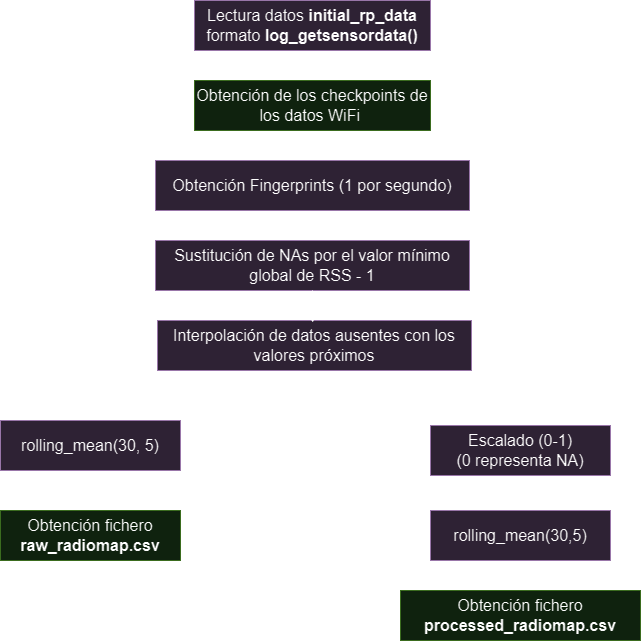
This is info/preprocessing_workflow.png from JavierGavina/TFM2, a draw.io export, as it was before one commit. Source tidied: cells renumbered, new cells last; positions are measured from the earlier drawing's top-left corner, leaving out a move shared by most shapes.
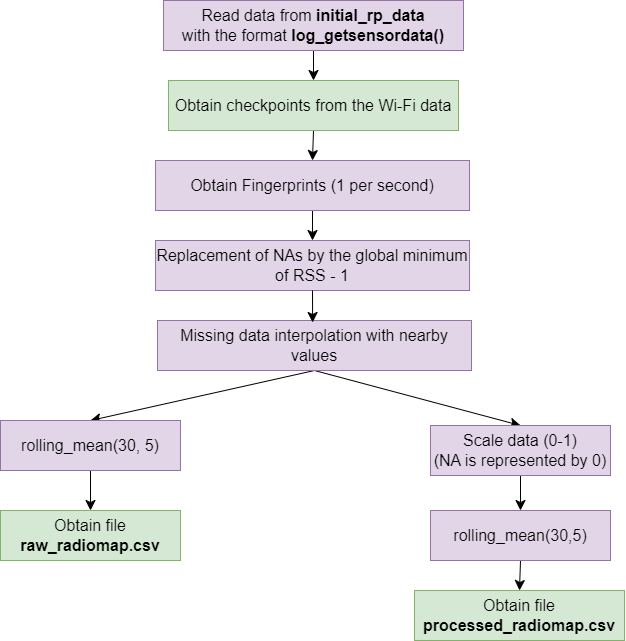
After the change.

Commit message:
IN ENGLISH PLEASE

The edit, as a diff of the source:
```diff
@@ -5,22 +5,22 @@
     <mxCell id="2" style="edgeStyle=none;curved=1;rounded=0;jettySize=auto;html=1;exitX=0.5;exitY=1;exitDx=0;exitDy=0;entryX=0.5;entryY=0;entryDx=0;entryDy=0;fontSize=12;startSize=8;endSize=8;" parent="1" edge="1" source="3" target="5">
       <mxGeometry relative="1" as="geometry" />
     </mxCell>
-    <mxCell id="3" value="Lectura datos &lt;b&gt;initial_rp_data&lt;/b&gt;&lt;br&gt;formato &lt;b&gt;log_getsensordata()&lt;/b&gt;" style="rounded=0;whiteSpace=wrap;html=1;fontSize=16;fillColor=#e1d5e7;strokeColor=#9673a6;" parent="1" vertex="1">
-      <mxGeometry x="194" width="236" height="50" as="geometry" />
+    <mxCell id="3" value="Read data from&amp;nbsp;&lt;b&gt;initial_rp_data&lt;/b&gt;&lt;br&gt;with the format&amp;nbsp;&lt;b&gt;log_getsensordata()&lt;/b&gt;" style="rounded=0;whiteSpace=wrap;html=1;fontSize=16;fillColor=#e1d5e7;strokeColor=#9673a6;" parent="1" vertex="1">
+      <mxGeometry x="163" width="300" height="50" as="geometry" />
     </mxCell>
     <mxCell id="4" style="edgeStyle=none;curved=1;rounded=0;jettySize=auto;html=1;exitX=0.5;exitY=1;exitDx=0;exitDy=0;entryX=0.5;entryY=0;entryDx=0;entryDy=0;fontSize=12;startSize=8;endSize=8;" parent="1" edge="1" source="5" target="7">
       <mxGeometry relative="1" as="geometry" />
     </mxCell>
-    <mxCell id="5" value="Obtención de los checkpoints de los datos WiFi&amp;nbsp;" style="rounded=0;whiteSpace=wrap;html=1;fontSize=16;fillColor=#d5e8d4;strokeColor=#82b366;" parent="1" vertex="1">
-      <mxGeometry x="194" y="80" width="236" height="50" as="geometry" />
+    <mxCell id="5" value="Obtain checkpoints from the Wi-Fi data" style="rounded=0;whiteSpace=wrap;html=1;fontSize=16;fillColor=#d5e8d4;strokeColor=#82b366;" parent="1" vertex="1">
+      <mxGeometry x="168" y="80" width="290" height="50" as="geometry" />
     </mxCell>
     <mxCell id="6" style="edgeStyle=none;curved=1;rounded=0;jettySize=auto;html=1;exitX=0.5;exitY=1;exitDx=0;exitDy=0;entryX=0.5;entryY=0;entryDx=0;entryDy=0;fontSize=12;startSize=8;endSize=8;" parent="1" edge="1" source="7" target="8">
       <mxGeometry relative="1" as="geometry" />
     </mxCell>
-    <mxCell id="7" value="Obtención Fingerprints (1 por segundo)" style="rounded=0;whiteSpace=wrap;html=1;fontSize=16;fillColor=#e1d5e7;strokeColor=#9673a6;" parent="1" vertex="1">
+    <mxCell id="7" value="Obtain Fingerprints (1 per second)" style="rounded=0;whiteSpace=wrap;html=1;fontSize=16;fillColor=#e1d5e7;strokeColor=#9673a6;" parent="1" vertex="1">
       <mxGeometry x="155" y="160" width="314" height="50" as="geometry" />
     </mxCell>
-    <mxCell id="8" value="Sustitución de NAs por el valor mínimo global de RSS - 1" style="rounded=0;whiteSpace=wrap;html=1;fontSize=16;fillColor=#e1d5e7;strokeColor=#9673a6;" parent="1" vertex="1">
+    <mxCell id="8" value="Replacement of NAs by the global minimum of RSS - 1" style="rounded=0;whiteSpace=wrap;html=1;fontSize=16;fillColor=#e1d5e7;strokeColor=#9673a6;" parent="1" vertex="1">
       <mxGeometry x="155" y="240" width="314" height="50" as="geometry" />
     </mxCell>
     <mxCell id="9" style="edgeStyle=none;curved=1;rounded=0;jettySize=auto;html=1;exitX=0.5;exitY=1;exitDx=0;exitDy=0;entryX=0.5;entryY=0;entryDx=0;entryDy=0;fontSize=12;startSize=8;endSize=8;" parent="1" edge="1" source="11" target="13">
@@ -29,7 +29,7 @@
     <mxCell id="10" style="edgeStyle=none;curved=1;rounded=0;jettySize=auto;html=1;exitX=0.5;exitY=1;exitDx=0;exitDy=0;entryX=0.5;entryY=0;entryDx=0;entryDy=0;fontSize=12;startSize=8;endSize=8;" parent="1" edge="1" source="11" target="15">
       <mxGeometry relative="1" as="geometry" />
     </mxCell>
-    <mxCell id="11" value="Interpolación de datos ausentes con los valores próximos" style="rounded=0;whiteSpace=wrap;html=1;fontSize=16;fillColor=#e1d5e7;strokeColor=#9673a6;" parent="1" vertex="1">
+    <mxCell id="11" value="Missing data interpolation with nearby values" style="rounded=0;whiteSpace=wrap;html=1;fontSize=16;fillColor=#e1d5e7;strokeColor=#9673a6;" parent="1" vertex="1">
       <mxGeometry x="157" y="320" width="314" height="50" as="geometry" />
     </mxCell>
     <mxCell id="12" style="edgeStyle=none;curved=1;rounded=0;jettySize=auto;html=1;exitX=0.5;exitY=1;exitDx=0;exitDy=0;entryX=0.5;entryY=0;entryDx=0;entryDy=0;fontSize=12;startSize=8;endSize=8;" parent="1" edge="1" source="13" target="16">
@@ -41,14 +41,14 @@
     <mxCell id="14" style="edgeStyle=none;curved=1;rounded=0;jettySize=auto;html=1;exitX=0.5;exitY=1;exitDx=0;exitDy=0;entryX=0.5;entryY=0;entryDx=0;entryDy=0;fontSize=12;startSize=8;endSize=8;" parent="1" edge="1" source="15" target="19">
       <mxGeometry relative="1" as="geometry" />
     </mxCell>
-    <mxCell id="15" value="Escalado (0-1)&lt;br&gt;(0 representa NA)" style="rounded=0;whiteSpace=wrap;html=1;fontSize=16;fillColor=#e1d5e7;strokeColor=#9673a6;" parent="1" vertex="1">
+    <mxCell id="15" value="Scale data (0-1)&lt;br&gt;(NA is represented by 0)" style="rounded=0;whiteSpace=wrap;html=1;fontSize=16;fillColor=#e1d5e7;strokeColor=#9673a6;" parent="1" vertex="1">
       <mxGeometry x="430" y="425" width="180" height="50" as="geometry" />
     </mxCell>
-    <mxCell id="16" value="Obtención fichero&lt;br&gt;&lt;b&gt;raw_radiomap.csv&lt;/b&gt;" style="rounded=0;whiteSpace=wrap;html=1;fontSize=16;fillColor=#d5e8d4;strokeColor=#82b366;" parent="1" vertex="1">
+    <mxCell id="16" value="Obtain file&lt;br&gt;&lt;b&gt;raw_radiomap.csv&lt;/b&gt;" style="rounded=0;whiteSpace=wrap;html=1;fontSize=16;fillColor=#d5e8d4;strokeColor=#82b366;" parent="1" vertex="1">
       <mxGeometry y="510" width="180" height="50" as="geometry" />
     </mxCell>
-    <mxCell id="17" value="Obtención fichero&lt;br&gt;&lt;b&gt;processed_radiomap.csv&lt;/b&gt;" style="rounded=0;whiteSpace=wrap;html=1;fontSize=16;fillColor=#d5e8d4;strokeColor=#82b366;" parent="1" vertex="1">
-      <mxGeometry x="400" y="590" width="240" height="50" as="geometry" />
+    <mxCell id="17" value="Obtain file&lt;br&gt;&lt;b&gt;processed_radiomap.csv&lt;/b&gt;" style="rounded=0;whiteSpace=wrap;html=1;fontSize=16;fillColor=#d5e8d4;strokeColor=#82b366;" parent="1" vertex="1">
+      <mxGeometry x="414" y="590" width="210" height="50" as="geometry" />
     </mxCell>
     <mxCell id="18" style="edgeStyle=none;curved=1;rounded=0;jettySize=auto;html=1;exitX=0.5;exitY=1;exitDx=0;exitDy=0;entryX=0.5;entryY=0;entryDx=0;entryDy=0;fontSize=12;startSize=8;endSize=8;" parent="1" edge="1" source="19" target="17">
       <mxGeometry relative="1" as="geometry" />
```
